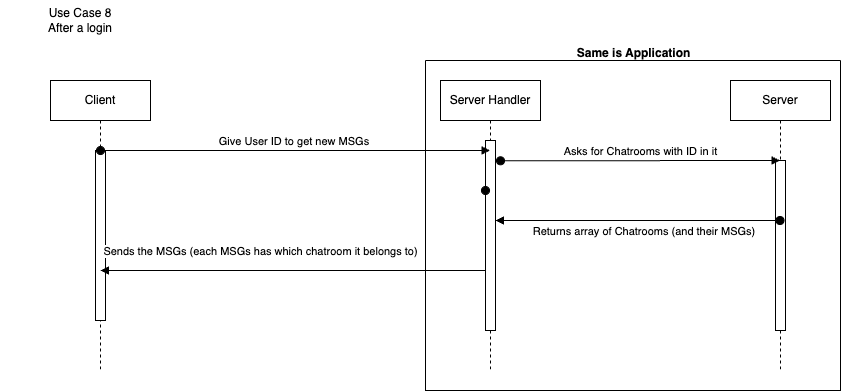
R3r3zzed/Comms-Project keeps this draw.io diagram as Design/Group 1 Sequence Request user messages.drawio.png. Above is the earlier version. Source tidied: cells renumbered, new cells last; positions are measured from the earlier drawing's top-left corner, leaving out a move shared by most shapes.
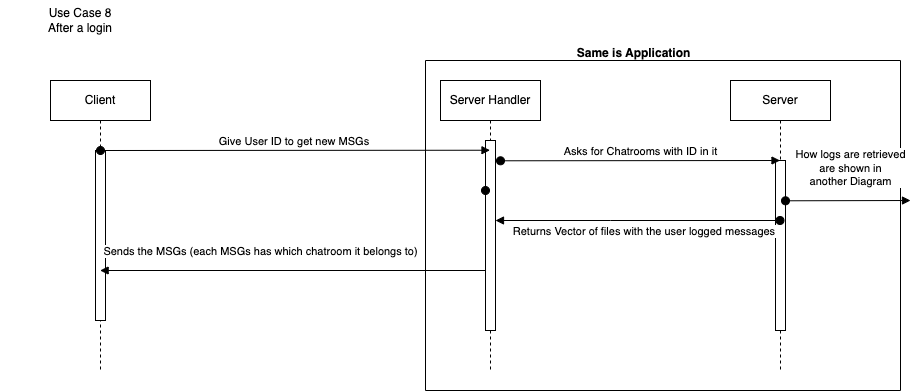
Later version of the same file.

Commit message:
chaging array to vectory

Change to the diagram source:
```diff
@@ -39,7 +39,7 @@
         </Array>
       </mxGeometry>
     </mxCell>
-    <mxCell id="12" value="Returns array of Chatrooms (and their MSGs)&amp;nbsp;" style="html=1;verticalAlign=bottom;startArrow=oval;endArrow=block;startSize=8;edgeStyle=elbowEdgeStyle;elbow=vertical;curved=0;rounded=0;" parent="1" edge="1" source="6" target="5">
+    <mxCell id="12" value="Returns Vector of files with the user logged messages&amp;nbsp;" style="html=1;verticalAlign=bottom;startArrow=oval;endArrow=block;startSize=8;edgeStyle=elbowEdgeStyle;elbow=vertical;curved=0;rounded=0;" parent="1" edge="1" source="6" target="5">
       <mxGeometry x="-0.05" y="20" relative="1" as="geometry">
         <Array as="points">
           <mxPoint x="610" y="220" />
@@ -59,8 +59,17 @@
       </mxGeometry>
     </mxCell>
     <mxCell id="14" style="swimlane;startSize=0;" parent="1" vertex="1">
-      <mxGeometry x="425" y="60" width="415" height="330" as="geometry" />
+      <mxGeometry x="425" y="60" width="475" height="330" as="geometry" />
     </mxCell>
+    <mxCell id="16" value="How logs are retrieved &lt;br&gt;are shown in &lt;br&gt;another Diagram" style="html=1;verticalAlign=bottom;startArrow=oval;endArrow=block;startSize=8;edgeStyle=elbowEdgeStyle;elbow=vertical;curved=0;rounded=0;" parent="14" edge="1">
+      <mxGeometry x="0.04" y="10" relative="1" as="geometry">
+        <mxPoint x="360" y="140.3" as="sourcePoint" />
+        <mxPoint x="485" y="140" as="targetPoint" />
+        <Array as="points">
+          <mxPoint x="285" y="140" />
+        </Array>
+      </mxGeometry>
+    </mxCell>
     <mxCell id="15" value="Same is Application" style="text;align=center;fontStyle=1;verticalAlign=middle;spacingLeft=3;spacingRight=3;strokeColor=none;html=1;" parent="1" vertex="1">
       <mxGeometry x="592.5" y="40" width="80" height="26" as="geometry" />
     </mxCell>
```
